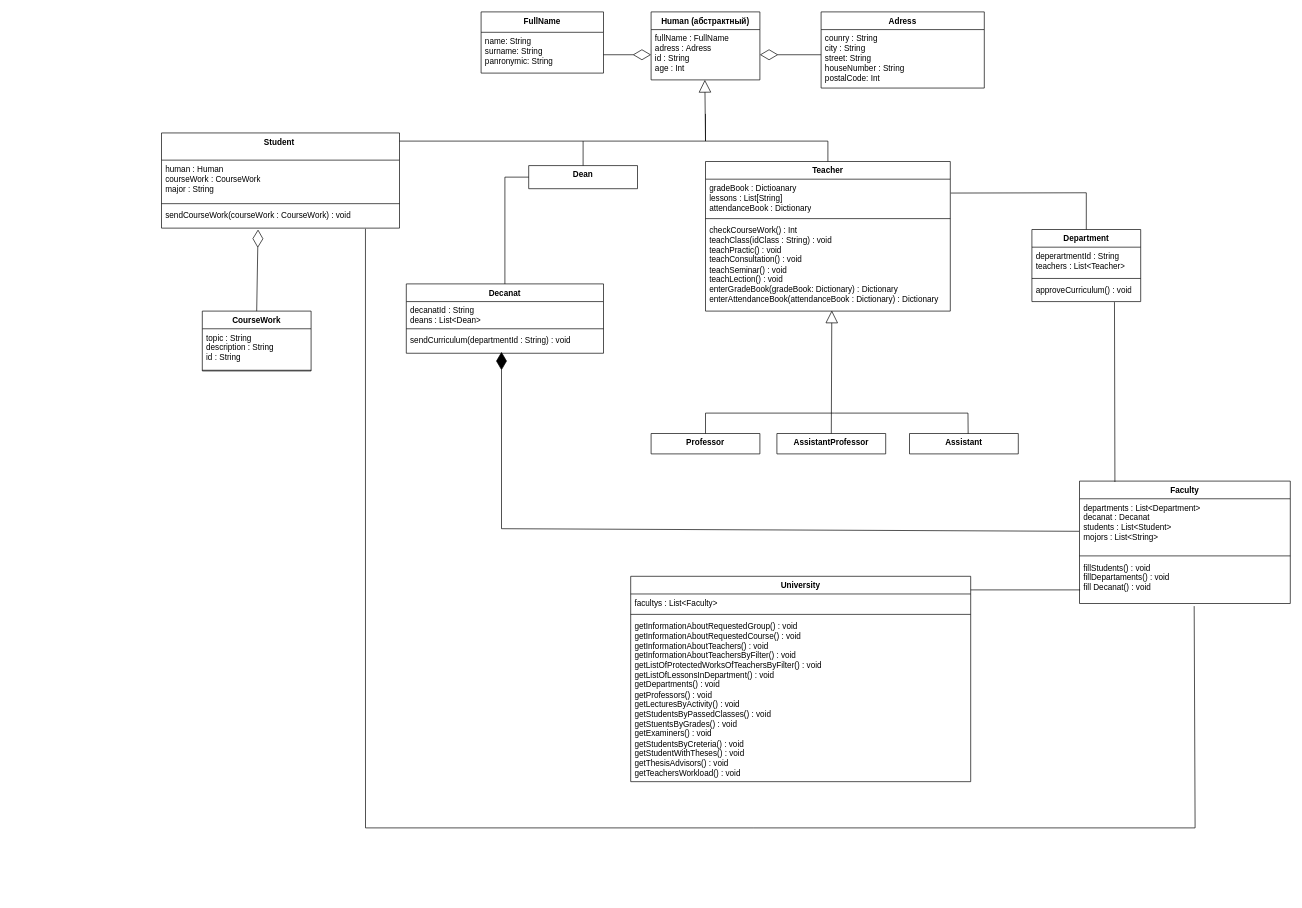
Above: class diagram.drawio in playerunknow/Diagrams (draw.io), before the change. Source tidied: cells renumbered, new cells numbered last; positions are measured from the earlier drawing's top-left corner, leaving out a move shared by most shapes. Both pictures are drawn from the tidied source at 68%, with x=0, y=0 at pixel (161, 12).
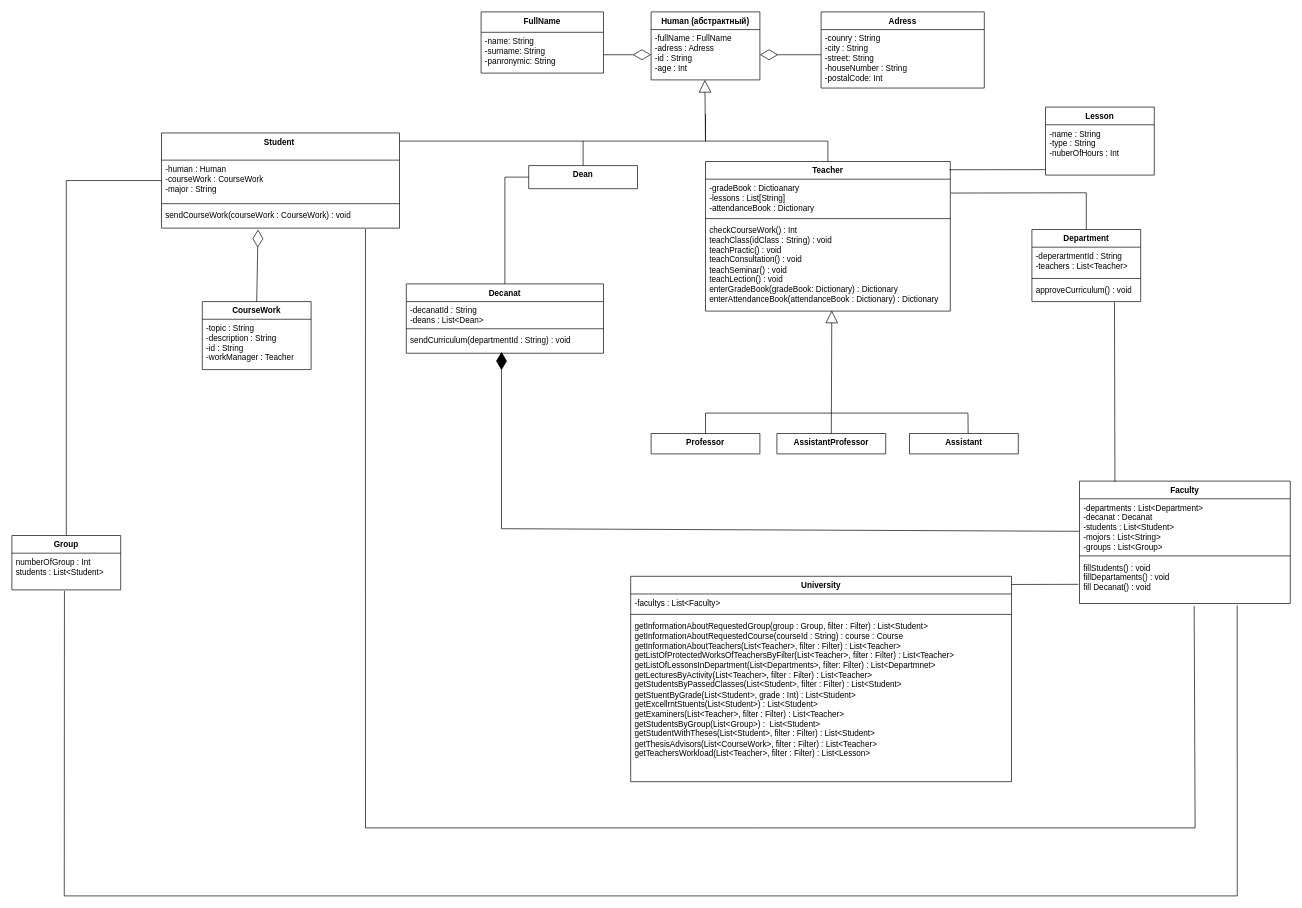
The same page after the edit.

The change refers to these unchanged cells:
```xml
<mxCell id="2" value="Human (абстрактный)" style="swimlane;fontStyle=1;align=center;verticalAlign=top;horizontal=1;startSize=26;whiteSpace=wrap;html=1;" parent="1" vertex="1">
  <mxGeometry x="720" width="160" height="100" as="geometry" />
</mxCell>
<mxCell id="5" value="FullName" style="swimlane;fontStyle=1;align=center;verticalAlign=top;horizontal=1;startSize=30;whiteSpace=wrap;html=1;" parent="1" vertex="1">
  <mxGeometry x="470" width="180" height="90" as="geometry" />
</mxCell>
<mxCell id="7" value="Adress" style="swimlane;fontStyle=1;align=center;verticalAlign=top;horizontal=1;startSize=26;whiteSpace=wrap;html=1;" parent="1" vertex="1">
  <mxGeometry x="970" width="240" height="112" as="geometry" />
</mxCell>
<mxCell id="10" value="Student&amp;nbsp;" style="swimlane;fontStyle=1;align=center;verticalAlign=top;horizontal=1;startSize=40;whiteSpace=wrap;html=1;" parent="1" vertex="1">
  <mxGeometry y="178" width="350" height="140" as="geometry" />
</mxCell>
<mxCell id="14" value="Teacher" style="swimlane;fontStyle=1;align=center;verticalAlign=top;horizontal=1;startSize=26;whiteSpace=wrap;html=1;" parent="1" vertex="1">
  <mxGeometry x="800" y="220" width="360" height="220" as="geometry" />
</mxCell>
<mxCell id="24" value="Decanat" style="swimlane;fontStyle=1;align=center;verticalAlign=top;horizontal=1;startSize=26;whiteSpace=wrap;html=1;" parent="1" vertex="1">
  <mxGeometry x="360" y="400" width="290" height="102" as="geometry" />
</mxCell>
<mxCell id="28" value="Department" style="swimlane;fontStyle=1;align=center;verticalAlign=top;horizontal=1;startSize=26;whiteSpace=wrap;html=1;" parent="1" vertex="1">
  <mxGeometry x="1280" y="320" width="160" height="106" as="geometry" />
</mxCell>
<mxCell id="33" value="Faculty" style="swimlane;fontStyle=1;align=center;verticalAlign=top;horizontal=1;startSize=26;whiteSpace=wrap;html=1;" parent="1" vertex="1">
  <mxGeometry x="1350" y="690" width="310" height="180" as="geometry" />
</mxCell>
<mxCell id="36" value="fillStudents() : void&lt;br&gt;fillDepartaments() : void&lt;br&gt;fill Decanat() : void" style="text;strokeColor=none;fillColor=none;align=left;verticalAlign=top;spacingLeft=4;spacingRight=4;overflow=hidden;points=[[0,0.5],[1,0.5]];portConstraint=eastwest;whiteSpace=wrap;html=1;" parent="33" vertex="1">
  <mxGeometry y="114" width="310" height="66" as="geometry" />
</mxCell>
```

The edit, as a diff of the source:
```diff
@@
-    <mxCell id="3" value="fullName : FullName&lt;br&gt;adress : Adress&lt;br&gt;id : String&lt;br&gt;age : Int" style="text;strokeColor=none;fillColor=none;align=left;verticalAlign=top;spacingLeft=4;spacingRight=4;overflow=hidden;points=[[0,0.5],[1,0.5]];portConstraint=eastwest;whiteSpace=wrap;html=1;" parent="2" vertex="1">
+    <mxCell id="3" value="-fullName : FullName&lt;br&gt;-adress : Adress&lt;br&gt;-id : String&lt;br&gt;-age : Int" style="text;strokeColor=none;fillColor=none;align=left;verticalAlign=top;spacingLeft=4;spacingRight=4;overflow=hidden;points=[[0,0.5],[1,0.5]];portConstraint=eastwest;whiteSpace=wrap;html=1;" parent="2" vertex="1">
       <mxGeometry y="26" width="160" height="74" as="geometry" />
     </mxCell>
@@
-    <mxCell id="6" value="name: String&lt;br&gt;surname: String&lt;br&gt;panronymic: String" style="text;strokeColor=none;fillColor=none;align=left;verticalAlign=top;spacingLeft=4;spacingRight=4;overflow=hidden;whiteSpace=wrap;html=1;" parent="5" vertex="1">
+    <mxCell id="6" value="-name: String&lt;br&gt;-surname: String&lt;br&gt;-panronymic: String" style="text;strokeColor=none;fillColor=none;align=left;verticalAlign=top;spacingLeft=4;spacingRight=4;overflow=hidden;whiteSpace=wrap;html=1;" parent="5" vertex="1">
       <mxGeometry y="30" width="180" height="60" as="geometry" />
     </mxCell>
@@
-    <mxCell id="8" value="counry : String&lt;br&gt;city : String&lt;br&gt;street: String&lt;br&gt;houseNumber : String&lt;br&gt;postalCode: Int" style="text;strokeColor=none;fillColor=none;align=left;verticalAlign=top;spacingLeft=4;spacingRight=4;overflow=hidden;whiteSpace=wrap;html=1;" parent="7" vertex="1">
+    <mxCell id="8" value="-counry : String&lt;br&gt;-city : String&lt;br&gt;-street: String&lt;br&gt;-houseNumber : String&lt;br&gt;-postalCode: Int" style="text;strokeColor=none;fillColor=none;align=left;verticalAlign=top;spacingLeft=4;spacingRight=4;overflow=hidden;whiteSpace=wrap;html=1;" parent="7" vertex="1">
       <mxGeometry y="26" width="240" height="86" as="geometry" />
     </mxCell>
@@
-    <mxCell id="11" value="human : Human&lt;br&gt;courseWork : CourseWork&lt;br&gt;major : String" style="text;strokeColor=none;fillColor=none;align=left;verticalAlign=top;spacingLeft=4;spacingRight=4;overflow=hidden;points=[[0,0.5],[1,0.5]];portConstraint=eastwest;whiteSpace=wrap;html=1;" parent="10" vertex="1">
+    <mxCell id="11" value="-human : Human&lt;br&gt;-courseWork : CourseWork&lt;br&gt;-major : String&lt;br&gt;" style="text;strokeColor=none;fillColor=none;align=left;verticalAlign=top;spacingLeft=4;spacingRight=4;overflow=hidden;points=[[0,0.5],[1,0.5]];portConstraint=eastwest;whiteSpace=wrap;html=1;" parent="10" vertex="1">
       <mxGeometry y="40" width="350" height="60" as="geometry" />
     </mxCell>
@@
-    <mxCell id="15" value="gradeBook : Dictioanary&lt;br&gt;lessons : List[String]&lt;br&gt;attendanceBook : Dictionary" style="text;strokeColor=none;fillColor=none;align=left;verticalAlign=top;spacingLeft=4;spacingRight=4;overflow=hidden;points=[[0,0.5],[1,0.5]];portConstraint=eastwest;whiteSpace=wrap;html=1;" parent="14" vertex="1">
+    <mxCell id="15" value="-gradeBook : Dictioanary&lt;br&gt;-lessons : List[String]&lt;br&gt;-attendanceBook : Dictionary" style="text;strokeColor=none;fillColor=none;align=left;verticalAlign=top;spacingLeft=4;spacingRight=4;overflow=hidden;points=[[0,0.5],[1,0.5]];portConstraint=eastwest;whiteSpace=wrap;html=1;" parent="14" vertex="1">
       <mxGeometry y="26" width="360" height="54" as="geometry" />
     </mxCell>
@@
     <mxCell id="21" value="CourseWork" style="swimlane;fontStyle=1;align=center;verticalAlign=top;horizontal=1;startSize=26;whiteSpace=wrap;html=1;" parent="1" vertex="1">
-      <mxGeometry x="60" y="440" width="160" height="88" as="geometry" />
+      <mxGeometry x="60" y="426" width="160" height="100" as="geometry" />
     </mxCell>
-    <mxCell id="22" value="topic : String&lt;br&gt;description : String&lt;br&gt;id : String" style="text;strokeColor=none;fillColor=none;align=left;verticalAlign=top;spacingLeft=4;spacingRight=4;overflow=hidden;whiteSpace=wrap;html=1;" parent="21" vertex="1">
-      <mxGeometry y="26" width="160" height="60" as="geometry" />
+    <mxCell id="22" value="-topic : String&lt;br&gt;-description : String&lt;br&gt;-id : String&lt;br&gt;-workManager : Teacher" style="text;strokeColor=none;fillColor=none;align=left;verticalAlign=top;spacingLeft=4;spacingRight=4;overflow=hidden;whiteSpace=wrap;html=1;" parent="21" vertex="1">
+      <mxGeometry y="26" width="160" height="74" as="geometry" />
     </mxCell>
-    <mxCell id="23" style="line;strokeWidth=1;fillColor=none;align=left;verticalAlign=middle;spacingTop=-1;spacingLeft=3;spacingRight=3;labelPosition=right;strokeColor=inherit;" parent="21" vertex="1">
-      <mxGeometry y="86" width="160" height="2" as="geometry" />
-    </mxCell>
@@
-    <mxCell id="25" value="decanatId : String&lt;br&gt;deans : List&amp;lt;Dean&amp;gt;" style="text;strokeColor=none;fillColor=none;align=left;verticalAlign=top;spacingLeft=4;spacingRight=4;overflow=hidden;whiteSpace=wrap;html=1;" parent="24" vertex="1">
+    <mxCell id="25" value="-decanatId : String&lt;br&gt;-deans : List&amp;lt;Dean&amp;gt;" style="text;strokeColor=none;fillColor=none;align=left;verticalAlign=top;spacingLeft=4;spacingRight=4;overflow=hidden;whiteSpace=wrap;html=1;" parent="24" vertex="1">
       <mxGeometry y="26" width="290" height="36" as="geometry" />
     </mxCell>
@@
-    <mxCell id="29" value="deperartmentId : String&lt;br&gt;teachers : List&amp;lt;Teacher&amp;gt;" style="text;strokeColor=none;fillColor=none;align=left;verticalAlign=top;spacingLeft=4;spacingRight=4;overflow=hidden;whiteSpace=wrap;html=1;" parent="28" vertex="1">
+    <mxCell id="29" value="-deperartmentId : String&lt;br&gt;-teachers : List&amp;lt;Teacher&amp;gt;" style="text;strokeColor=none;fillColor=none;align=left;verticalAlign=top;spacingLeft=4;spacingRight=4;overflow=hidden;whiteSpace=wrap;html=1;" parent="28" vertex="1">
       <mxGeometry y="26" width="160" height="42" as="geometry" />
     </mxCell>
@@
-    <mxCell id="34" value="departments : List&amp;lt;Department&amp;gt;&lt;br&gt;decanat : Decanat&lt;br&gt;students : List&amp;lt;Student&amp;gt;&lt;br&gt;mojors : List&amp;lt;String&amp;gt;&amp;nbsp;" style="text;strokeColor=none;fillColor=none;align=left;verticalAlign=top;spacingLeft=4;spacingRight=4;overflow=hidden;points=[[0,0.5],[1,0.5]];portConstraint=eastwest;whiteSpace=wrap;html=1;" parent="33" vertex="1">
+    <mxCell id="34" value="-departments : List&amp;lt;Department&amp;gt;&lt;br&gt;-decanat : Decanat&lt;br&gt;-students : List&amp;lt;Student&amp;gt;&lt;br&gt;-mojors : List&amp;lt;String&amp;gt;&lt;br&gt;-groups : List&amp;lt;Group&amp;gt;&amp;nbsp;" style="text;strokeColor=none;fillColor=none;align=left;verticalAlign=top;spacingLeft=4;spacingRight=4;overflow=hidden;points=[[0,0.5],[1,0.5]];portConstraint=eastwest;whiteSpace=wrap;html=1;" parent="33" vertex="1">
       <mxGeometry y="26" width="310" height="80" as="geometry" />
     </mxCell>
@@
     <mxCell id="37" value="University" style="swimlane;fontStyle=1;align=center;verticalAlign=top;horizontal=1;startSize=26;whiteSpace=wrap;html=1;" parent="1" vertex="1">
-      <mxGeometry x="690" y="830" width="500" height="302" as="geometry" />
+      <mxGeometry x="690" y="830" width="560" height="302" as="geometry" />
     </mxCell>
-    <mxCell id="38" value="facultys : List&amp;lt;Faculty&amp;gt;" style="text;strokeColor=none;fillColor=none;align=left;verticalAlign=top;spacingLeft=4;spacingRight=4;overflow=hidden;whiteSpace=wrap;html=1;" parent="37" vertex="1">
-      <mxGeometry y="26" width="500" height="26" as="geometry" />
+    <mxCell id="38" value="-facultys : List&amp;lt;Faculty&amp;gt;" style="text;strokeColor=none;fillColor=none;align=left;verticalAlign=top;spacingLeft=4;spacingRight=4;overflow=hidden;whiteSpace=wrap;html=1;" parent="37" vertex="1">
+      <mxGeometry y="26" width="560" height="26" as="geometry" />
     </mxCell>
     <mxCell id="39" style="line;strokeWidth=1;fillColor=none;align=left;verticalAlign=middle;spacingTop=-1;spacingLeft=3;spacingRight=3;labelPosition=right;strokeColor=inherit;" parent="37" vertex="1">
-      <mxGeometry y="52" width="500" height="8" as="geometry" />
+      <mxGeometry y="52" width="560" height="8" as="geometry" />
     </mxCell>
-    <mxCell id="40" value="getInformationAboutRequestedGroup() : void&lt;br&gt;getInformationAboutRequestedCourse() : void&lt;br&gt;getInformationAboutTeachers() : void&lt;br&gt;getInformationAboutTeachersByFilter() : void&lt;br&gt;getListOfProtectedWorksOfTeachersByFilter() : void&lt;br&gt;getListOfLessonsInDepartment() : void&lt;br&gt;getDepartments() : void&lt;br&gt;getProfessors() : void&lt;br&gt;getLecturesByActivity() : void&lt;br&gt;getStudentsByPassedClasses() : void&lt;br&gt;getStuentsByGrades() : void&lt;br&gt;getExaminers() : void&lt;br&gt;getStudentsByCreteria() : void&lt;br&gt;getStudentWithTheses() : void&lt;br&gt;getThesisAdvisors() : void&lt;br&gt;getTeachersWorkload() : void" style="text;strokeColor=none;fillColor=none;align=left;verticalAlign=top;spacingLeft=4;spacingRight=4;overflow=hidden;whiteSpace=wrap;html=1;" parent="37" vertex="1">
-      <mxGeometry y="60" width="500" height="242" as="geometry" />
+    <mxCell id="40" value="getInformationAboutRequestedGroup(group : Group, filter : Filter) : List&amp;lt;Student&amp;gt;&lt;br&gt;getInformationAboutRequestedCourse(courseId : String) : course : Course&lt;br&gt;getInformationAboutTeachers(List&amp;lt;Teacher&amp;gt;, filter : Filter) : List&amp;lt;Teacher&amp;gt;&lt;br&gt;getListOfProtectedWorksOfTeachersByFilter(List&amp;lt;Teacher&amp;gt;, filter : Filter) : List&amp;lt;Teacher&amp;gt;&lt;br&gt;getListOfLessonsInDepartment(List&amp;lt;Departments&amp;gt;, filter: Filter) : List&amp;lt;Departmnet&amp;gt;&lt;br&gt;getLecturesByActivity(List&amp;lt;Teacher&amp;gt;, filter : Filter) : List&amp;lt;Teacher&amp;gt;&lt;br&gt;getStudentsByPassedClasses(List&amp;lt;Student&amp;gt;, filter : Filter) : List&amp;lt;Student&amp;gt;&lt;br&gt;getStuentByGrade(List&amp;lt;Student&amp;gt;, grade : Int) : List&amp;lt;Student&amp;gt;&lt;br&gt;getExcellrntStuents(List&amp;lt;Student&amp;gt;) : List&amp;lt;Student&amp;gt;&lt;br&gt;getExaminers(List&amp;lt;Teacher&amp;gt;, filter : Filter) : List&amp;lt;Teacher&amp;gt;&lt;br&gt;getStudentsByGroup(List&amp;lt;Group&amp;gt;) :&amp;nbsp; List&amp;lt;Student&amp;gt;&lt;br&gt;getStudentWithTheses(List&amp;lt;Student&amp;gt;, filter : Filter) : List&amp;lt;Student&amp;gt;&lt;br&gt;getThesisAdvisors(List&amp;lt;CourseWork&amp;gt;, filter : Filter) : List&amp;lt;Teacher&amp;gt;&lt;br&gt;getTeachersWorkload(List&amp;lt;Teacher&amp;gt;, filter : Filter) : List&amp;lt;Lesson&amp;gt;" style="text;strokeColor=none;fillColor=none;align=left;verticalAlign=top;spacingLeft=4;spacingRight=4;overflow=hidden;whiteSpace=wrap;html=1;" parent="37" vertex="1">
+      <mxGeometry y="60" width="560" height="242" as="geometry" />
     </mxCell>
@@
-    <mxCell id="54" style="endArrow=none;html=1;rounded=0;entryX=0.003;entryY=0.697;entryDx=0;entryDy=0;entryPerimeter=0;" parent="1" edge="1" target="36">
-      <mxGeometry relative="1" as="geometry">
-        <mxPoint x="1190" y="850" as="sourcePoint" />
-      </mxGeometry>
-    </mxCell>
@@
+    <mxCell id="56" value="Group" style="swimlane;fontStyle=1;align=center;verticalAlign=top;horizontal=1;startSize=26;whiteSpace=wrap;html=1;" parent="1" vertex="1">
+      <mxGeometry x="-220" y="770" width="160" height="80" as="geometry" />
+    </mxCell>
+    <mxCell id="57" value="numberOfGroup : Int&lt;br&gt;students : List&amp;lt;Student&amp;gt;" style="text;strokeColor=none;fillColor=none;align=left;verticalAlign=top;spacingLeft=4;spacingRight=4;overflow=hidden;points=[[0,0.5],[1,0.5]];portConstraint=eastwest;whiteSpace=wrap;html=1;" parent="56" vertex="1">
+      <mxGeometry y="26" width="160" height="54" as="geometry" />
+    </mxCell>
+    <mxCell id="58" style="endArrow=none;html=1;rounded=0;exitX=0.5;exitY=0;exitDx=0;exitDy=0;entryX=0;entryY=0.5;entryDx=0;entryDy=0;" parent="1" edge="1" source="56" target="11">
+      <mxGeometry relative="1" as="geometry">
+        <Array as="points">
+          <mxPoint x="-140" y="248" />
+        </Array>
+      </mxGeometry>
+    </mxCell>
+    <mxCell id="59" style="endArrow=none;html=1;rounded=0;exitX=0.483;exitY=1.025;exitDx=0;exitDy=0;exitPerimeter=0;entryX=0.748;entryY=1.039;entryDx=0;entryDy=0;entryPerimeter=0;" parent="1" edge="1" source="57" target="36">
+      <mxGeometry relative="1" as="geometry">
+        <Array as="points">
+          <mxPoint x="-143" y="1300" />
+          <mxPoint x="1582" y="1300" />
+        </Array>
+      </mxGeometry>
+    </mxCell>
+    <mxCell id="60" value="Lesson" style="swimlane;fontStyle=1;align=center;verticalAlign=top;horizontal=1;startSize=26;whiteSpace=wrap;html=1;" parent="1" vertex="1">
+      <mxGeometry x="1300" y="140" width="160" height="100" as="geometry" />
+    </mxCell>
+    <mxCell id="61" value="-name : String&lt;br&gt;-type : String&lt;br&gt;-nuberOfHours : Int" style="text;strokeColor=none;fillColor=none;align=left;verticalAlign=top;spacingLeft=4;spacingRight=4;overflow=hidden;whiteSpace=wrap;html=1;" parent="60" vertex="1">
+      <mxGeometry y="26" width="160" height="74" as="geometry" />
+    </mxCell>
+    <mxCell id="62" style="endArrow=none;html=1;rounded=0;exitX=0.995;exitY=0.055;exitDx=0;exitDy=0;exitPerimeter=0;" parent="1" edge="1" source="14">
+      <mxGeometry relative="1" as="geometry">
+        <mxPoint x="1300" y="232" as="targetPoint" />
+      </mxGeometry>
+    </mxCell>
+    <mxCell id="63" style="endArrow=none;html=1;rounded=0;entryX=-0.005;entryY=0.573;entryDx=0;entryDy=0;entryPerimeter=0;" parent="1" edge="1" target="36">
+      <mxGeometry relative="1" as="geometry">
+        <mxPoint x="1250" y="842" as="sourcePoint" />
+      </mxGeometry>
+    </mxCell>
```
